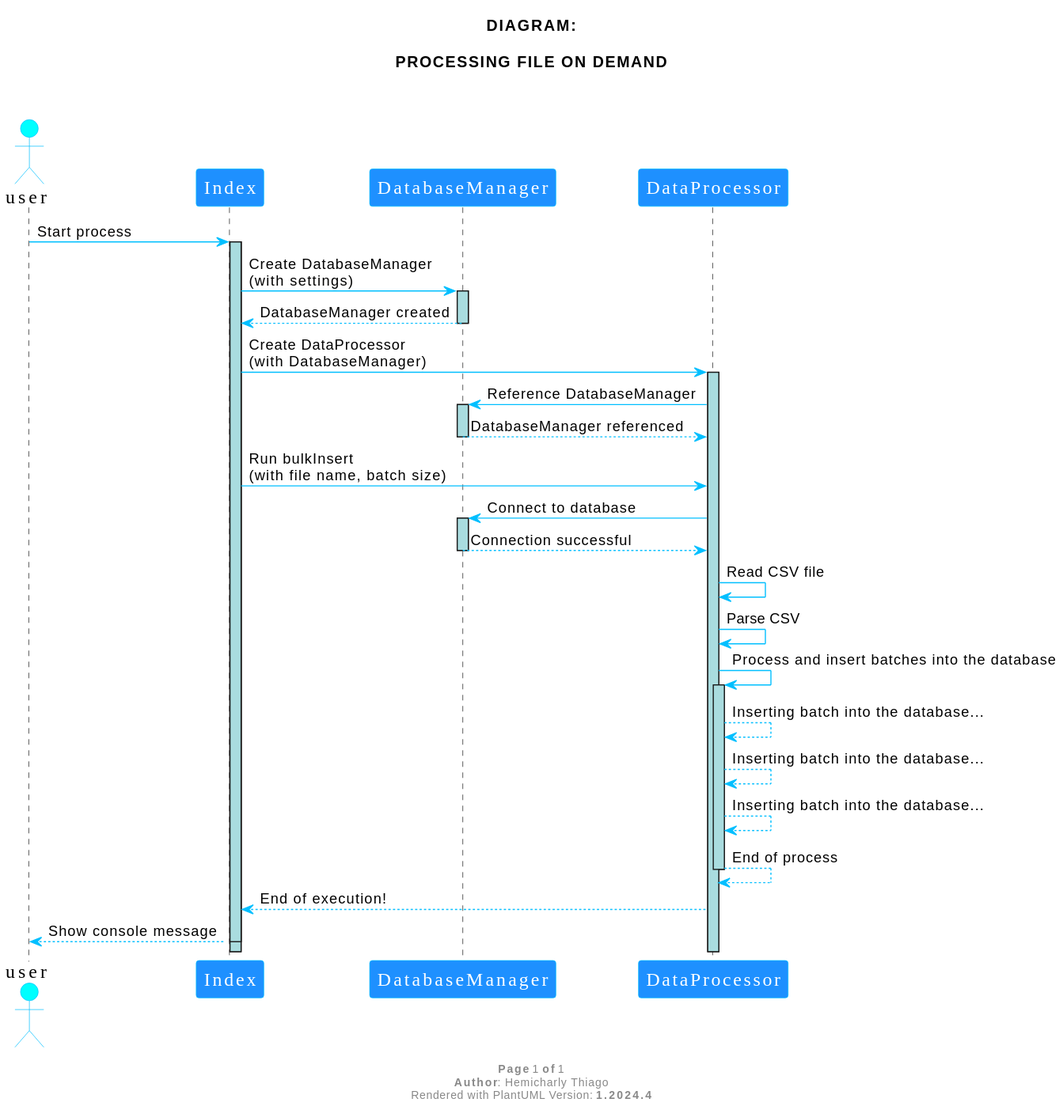
Above: diagram/sequence_diagram.svg in hemicharly/on-demand-archive-process-nodejs (PlantUML), before the change. Source of this version:
```plantuml
@startuml
title "DIAGRAM:\n\nPROCESSING FILE ON DEMAND\n\n"

skinparam sequence {
    ArrowColor DeepSkyBlue
    ActorBorderColor DeepSkyBlue
    LifeLineBackgroundColor #A9DCDF

    ParticipantBorderColor DeepSkyBlue
    ParticipantBackgroundColor DodgerBlue
    ParticipantFontName Impact
    ParticipantFontSize 17
    ParticipantFontColor white

    ActorBackgroundColor aqua
    ActorFontColor DeepSkyBlueA9DCDF
    ActorFontColor Black
    ActorFontSize 17
    ActorFontName Aapex
}

actor user
participant "Index" as Index
participant "DatabaseManager" as DBManager
participant "DataProcessor" as Processor

user -> Index++: Start process
activate Index
Index -> DBManager: Create DatabaseManager\n(with settings)
activate DBManager
DBManager --> Index: DatabaseManager created
deactivate DBManager

Index -> Processor: Create DataProcessor\n(with DatabaseManager)
activate Processor
Processor -> DBManager: Reference DatabaseManager
activate DBManager
DBManager --> Processor: DatabaseManager referenced
deactivate DBManager

Index -> Processor: Run bulkInsert\n(with file name, batch size)
Processor -> DBManager: Connect to database
activate DBManager
DBManager --> Processor: Connection successful
deactivate DBManager
Processor -> Processor: Read CSV file
Processor -> Processor: Parse CSV
Processor -> Processor: Process and insert batches into the database
activate Processor
Processor --> Processor: Inserting batch into the database...
Processor --> Processor: Inserting batch into the database...
Processor --> Processor: Inserting batch into the database...
Processor --> Processor: End of process
deactivate Processor
Processor --> Index: End of execution!
Index --> user: Show console message
deactivate Index


footer \n**Page** %page% **of** %lastpage%\n**Author**: Hemicharly Thiago\nRendered with PlantUML Version: **%version()**
@enduml
```
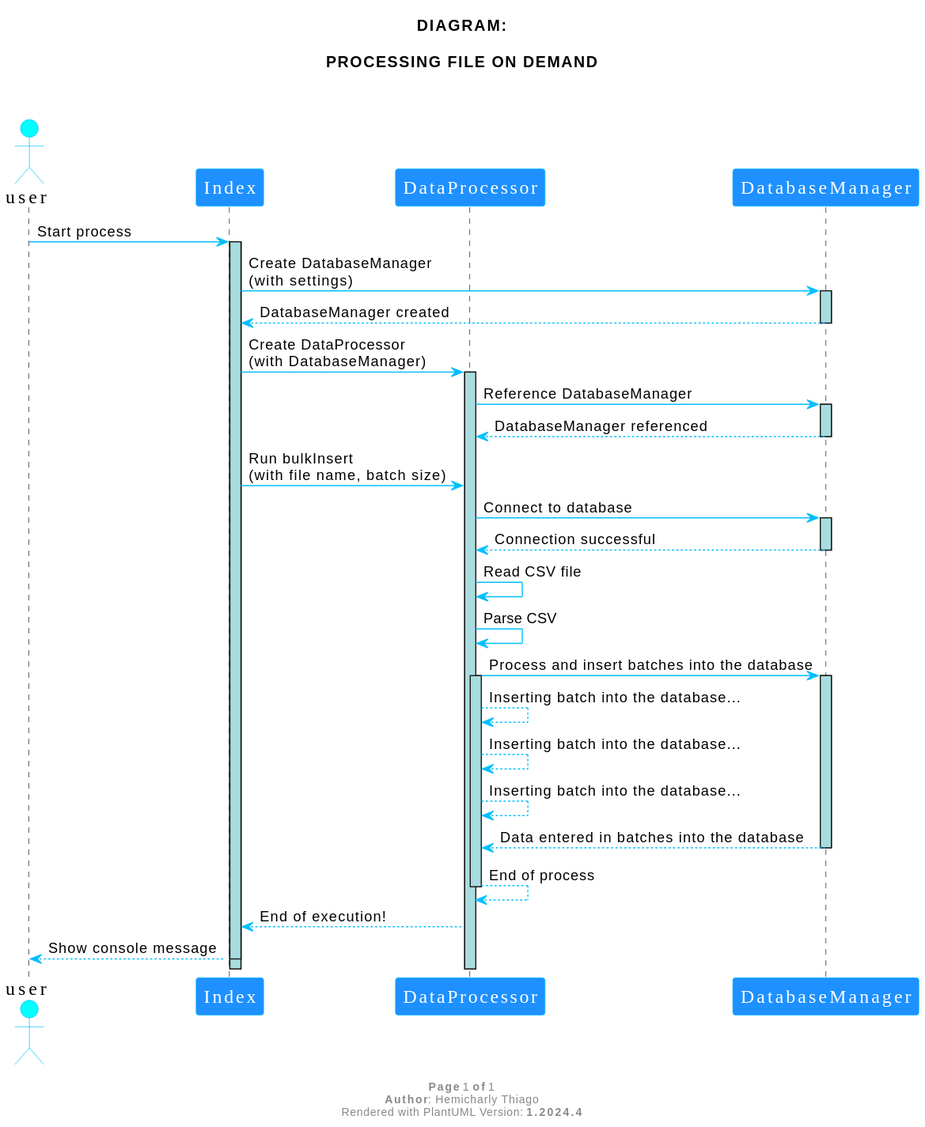
Above is the later version.

What changed in the source:
```diff
@@ -21,8 +21,8 @@
 
 actor user
 participant "Index" as Index
+participant "DataProcessor" as Processor
 participant "DatabaseManager" as DBManager
-participant "DataProcessor" as Processor
 
 user -> Index++: Start process
 activate Index
@@ -45,11 +45,13 @@
 deactivate DBManager
 Processor -> Processor: Read CSV file
 Processor -> Processor: Parse CSV
-Processor -> Processor: Process and insert batches into the database
+Processor -> DBManager++: Process and insert batches into the database
 activate Processor
 Processor --> Processor: Inserting batch into the database...
 Processor --> Processor: Inserting batch into the database...
 Processor --> Processor: Inserting batch into the database...
+DBManager --> Processor: Data entered in batches into the database
+deactivate DBManager
 Processor --> Processor: End of process
 deactivate Processor
 Processor --> Index: End of execution!
```
